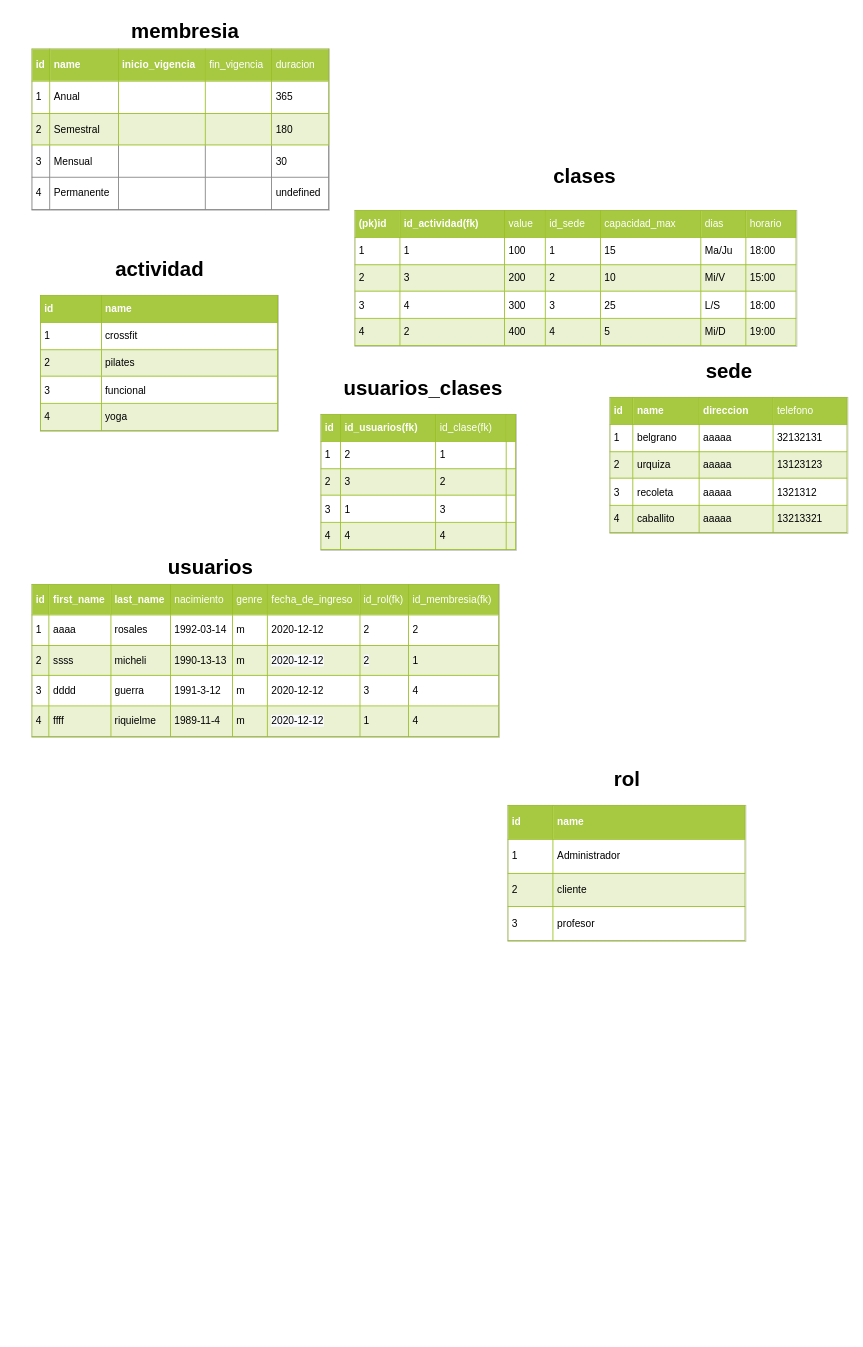
ilMonkey/grupo_5_degym keeps this draw.io diagram as docs/DB _design_da_gym.drawio. Above is the earlier version. Source tidied: cells renumbered, new cells numbered last; positions are measured from the earlier drawing's top-left corner, leaving out a move shared by most shapes. Both pictures are drawn from the tidied source at 85%, with x=0, y=0 at pixel (31, 14).
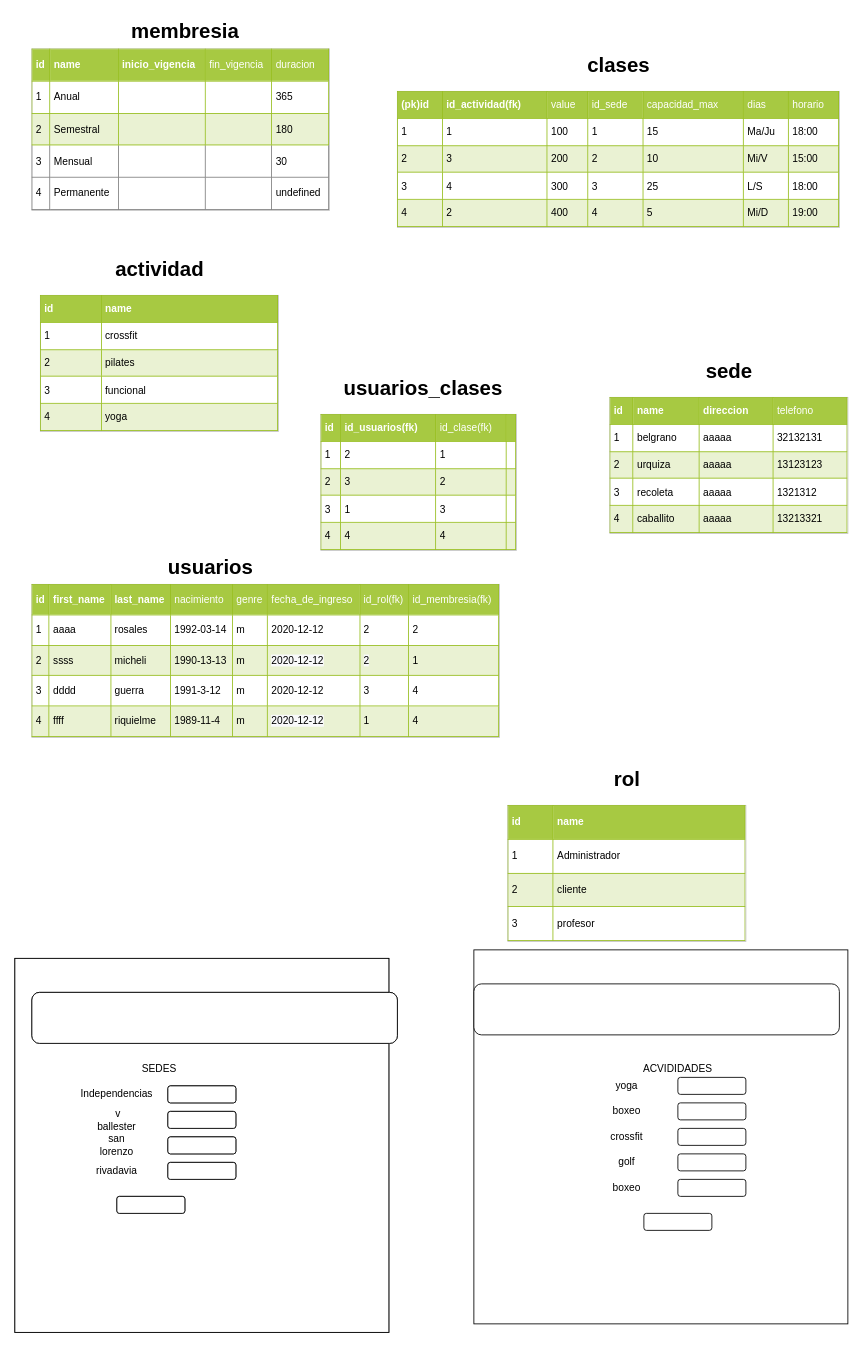
The same diagram, later.

Diff of the diagram source:
```diff
@@
+    <mxCell id="16" style="whiteSpace=wrap;html=1;" parent="1" vertex="1">
+      <mxGeometry x="-20" y="1110" width="440" height="440" as="geometry" />
+    </mxCell>
+    <mxCell id="17" style="whiteSpace=wrap;html=1;" parent="1" vertex="1">
+      <mxGeometry x="520" y="1100" width="440" height="440" as="geometry" />
+    </mxCell>
@@
     <mxCell id="6" value="&lt;table border=&quot;1&quot; width=&quot;100%&quot; cellpadding=&quot;4&quot; style=&quot;width: 100% ; height: 100% ; border-collapse: collapse&quot;&gt;&lt;tbody&gt;&lt;tr style=&quot;background-color: #a7c942 ; color: #ffffff ; border: 1px solid #98bf21&quot;&gt;&lt;th align=&quot;left&quot;&gt;(pk)id&lt;/th&gt;&lt;th align=&quot;left&quot;&gt;id_actividad(fk)&lt;/th&gt;&lt;td&gt;value&lt;/td&gt;&lt;td&gt;id_sede&lt;/td&gt;&lt;td&gt;capacidad_max&lt;/td&gt;&lt;td&gt;dias&lt;/td&gt;&lt;td&gt;horario&lt;/td&gt;&lt;/tr&gt;&lt;tr style=&quot;border: 1px solid #98bf21&quot;&gt;&lt;td&gt;1&lt;/td&gt;&lt;td&gt;1&lt;/td&gt;&lt;td&gt;100&lt;/td&gt;&lt;td&gt;1&lt;/td&gt;&lt;td&gt;15&lt;/td&gt;&lt;td&gt;Ma/Ju&lt;/td&gt;&lt;td&gt;18:00&lt;/td&gt;&lt;/tr&gt;&lt;tr style=&quot;background-color: #eaf2d3 ; border: 1px solid #98bf21&quot;&gt;&lt;td&gt;2&lt;/td&gt;&lt;td&gt;3&lt;/td&gt;&lt;td&gt;200&lt;/td&gt;&lt;td&gt;2&lt;/td&gt;&lt;td&gt;10&lt;/td&gt;&lt;td&gt;Mi/V&lt;/td&gt;&lt;td&gt;15:00&lt;/td&gt;&lt;/tr&gt;&lt;tr style=&quot;border: 1px solid #98bf21&quot;&gt;&lt;td&gt;3&lt;/td&gt;&lt;td&gt;4&lt;/td&gt;&lt;td&gt;300&lt;/td&gt;&lt;td&gt;3&lt;/td&gt;&lt;td&gt;25&lt;/td&gt;&lt;td&gt;L/S&lt;/td&gt;&lt;td&gt;18:00&lt;/td&gt;&lt;/tr&gt;&lt;tr style=&quot;background-color: #eaf2d3 ; border: 1px solid #98bf21&quot;&gt;&lt;td&gt;4&lt;/td&gt;&lt;td&gt;2&lt;/td&gt;&lt;td&gt;400&lt;/td&gt;&lt;td&gt;4&lt;/td&gt;&lt;td&gt;5&lt;/td&gt;&lt;td&gt;Mi/D&lt;/td&gt;&lt;td&gt;19:00&lt;/td&gt;&lt;/tr&gt;&lt;/tbody&gt;&lt;/table&gt;" style="text;html=1;strokeColor=#c0c0c0;fillColor=#ffffff;overflow=fill;rounded=0;" parent="1" vertex="1">
-      <mxGeometry x="380" y="230" width="520" height="160" as="geometry" />
+      <mxGeometry x="430" y="90" width="520" height="160" as="geometry" />
     </mxCell>
     <mxCell id="7" value="clases" style="text;strokeColor=none;fillColor=none;html=1;fontSize=24;fontStyle=1;verticalAlign=middle;align=center;" parent="1" vertex="1">
-      <mxGeometry x="530" y="170" width="240" height="40" as="geometry" />
+      <mxGeometry x="570" y="40" width="240" height="40" as="geometry" />
     </mxCell>
@@
+    <mxCell id="18" style="whiteSpace=wrap;html=1;" parent="1" vertex="1">
+      <mxGeometry x="-20" y="1110" width="440" height="440" as="geometry" />
+    </mxCell>
+    <mxCell id="19" style="rounded=1;whiteSpace=wrap;html=1;" parent="1" vertex="1">
+      <mxGeometry y="1150" width="430" height="60" as="geometry" />
+    </mxCell>
+    <mxCell id="20" value="Independencias" style="text;html=1;strokeColor=none;fillColor=none;align=center;verticalAlign=middle;whiteSpace=wrap;rounded=0;" parent="1" vertex="1">
+      <mxGeometry x="80" y="1260" width="40" height="20" as="geometry" />
+    </mxCell>
+    <mxCell id="21" value="&amp;nbsp;v ballester" style="text;html=1;strokeColor=none;fillColor=none;align=center;verticalAlign=middle;whiteSpace=wrap;rounded=0;" parent="1" vertex="1">
+      <mxGeometry x="80" y="1290" width="40" height="20" as="geometry" />
+    </mxCell>
+    <mxCell id="22" value="san lorenzo" style="text;html=1;strokeColor=none;fillColor=none;align=center;verticalAlign=middle;whiteSpace=wrap;rounded=0;" parent="1" vertex="1">
+      <mxGeometry x="80" y="1320" width="40" height="20" as="geometry" />
+    </mxCell>
+    <mxCell id="23" value="rivadavia" style="text;html=1;strokeColor=none;fillColor=none;align=center;verticalAlign=middle;whiteSpace=wrap;rounded=0;" parent="1" vertex="1">
+      <mxGeometry x="80" y="1350" width="40" height="20" as="geometry" />
+    </mxCell>
+    <mxCell id="24" style="rounded=1;whiteSpace=wrap;html=1;" parent="1" vertex="1">
+      <mxGeometry x="160" y="1260" width="80" height="20" as="geometry" />
+    </mxCell>
+    <mxCell id="25" style="rounded=1;whiteSpace=wrap;html=1;" parent="1" vertex="1">
+      <mxGeometry x="160" y="1290" width="80" height="20" as="geometry" />
+    </mxCell>
+    <mxCell id="26" style="rounded=1;whiteSpace=wrap;html=1;" parent="1" vertex="1">
+      <mxGeometry x="160" y="1320" width="80" height="20" as="geometry" />
+    </mxCell>
+    <mxCell id="27" style="rounded=1;whiteSpace=wrap;html=1;" parent="1" vertex="1">
+      <mxGeometry x="160" y="1350" width="80" height="20" as="geometry" />
+    </mxCell>
+    <mxCell id="28" style="rounded=1;whiteSpace=wrap;html=1;rotation=0;" parent="1" vertex="1">
+      <mxGeometry x="100" y="1390" width="80" height="20" as="geometry" />
+    </mxCell>
+    <mxCell id="29" value="SEDES" style="text;html=1;strokeColor=none;fillColor=none;align=center;verticalAlign=middle;whiteSpace=wrap;rounded=0;" parent="1" vertex="1">
+      <mxGeometry x="130" y="1230" width="40" height="20" as="geometry" />
+    </mxCell>
+    <mxCell id="30" value="ACVIDIDADES" style="text;html=1;strokeColor=none;fillColor=none;align=center;verticalAlign=middle;whiteSpace=wrap;rounded=0;" parent="1" vertex="1">
+      <mxGeometry x="740" y="1230" width="40" height="20" as="geometry" />
+    </mxCell>
+    <mxCell id="31" style="edgeStyle=orthogonalEdgeStyle;rounded=0;orthogonalLoop=1;jettySize=auto;html=1;exitX=0.5;exitY=1;exitDx=0;exitDy=0;" parent="1" edge="1" source="30" target="30">
+      <mxGeometry relative="1" as="geometry" />
+    </mxCell>
+    <mxCell id="32" style="rounded=1;whiteSpace=wrap;html=1;" parent="1" vertex="1">
+      <mxGeometry x="160" y="1260" width="80" height="20" as="geometry" />
+    </mxCell>
+    <mxCell id="33" style="rounded=1;whiteSpace=wrap;html=1;" parent="1" vertex="1">
+      <mxGeometry x="160" y="1290" width="80" height="20" as="geometry" />
+    </mxCell>
+    <mxCell id="34" style="rounded=1;whiteSpace=wrap;html=1;" parent="1" vertex="1">
+      <mxGeometry x="160" y="1320" width="80" height="20" as="geometry" />
+    </mxCell>
+    <mxCell id="35" style="rounded=1;whiteSpace=wrap;html=1;" parent="1" vertex="1">
+      <mxGeometry x="160" y="1350" width="80" height="20" as="geometry" />
+    </mxCell>
+    <mxCell id="36" style="rounded=1;whiteSpace=wrap;html=1;rotation=0;" parent="1" vertex="1">
+      <mxGeometry x="100" y="1390" width="80" height="20" as="geometry" />
+    </mxCell>
+    <mxCell id="37" value="yoga" style="text;html=1;strokeColor=none;fillColor=none;align=center;verticalAlign=middle;whiteSpace=wrap;rounded=0;" parent="1" vertex="1">
+      <mxGeometry x="680" y="1250" width="40" height="20" as="geometry" />
+    </mxCell>
+    <mxCell id="38" value="boxeo" style="text;html=1;strokeColor=none;fillColor=none;align=center;verticalAlign=middle;whiteSpace=wrap;rounded=0;" parent="1" vertex="1">
+      <mxGeometry x="680" y="1370" width="40" height="20" as="geometry" />
+    </mxCell>
+    <mxCell id="39" value="crossfit" style="text;html=1;strokeColor=none;fillColor=none;align=center;verticalAlign=middle;whiteSpace=wrap;rounded=0;" parent="1" vertex="1">
+      <mxGeometry x="680" y="1310" width="40" height="20" as="geometry" />
+    </mxCell>
+    <mxCell id="40" value="golf" style="text;html=1;strokeColor=none;fillColor=none;align=center;verticalAlign=middle;whiteSpace=wrap;rounded=0;" parent="1" vertex="1">
+      <mxGeometry x="680" y="1340" width="40" height="20" as="geometry" />
+    </mxCell>
+    <mxCell id="41" style="rounded=1;whiteSpace=wrap;html=1;" parent="1" vertex="1">
+      <mxGeometry x="760" y="1250" width="80" height="20" as="geometry" />
+    </mxCell>
+    <mxCell id="42" style="rounded=1;whiteSpace=wrap;html=1;" parent="1" vertex="1">
+      <mxGeometry x="760" y="1280" width="80" height="20" as="geometry" />
+    </mxCell>
+    <mxCell id="43" style="rounded=1;whiteSpace=wrap;html=1;" parent="1" vertex="1">
+      <mxGeometry x="760" y="1310" width="80" height="20" as="geometry" />
+    </mxCell>
+    <mxCell id="44" style="rounded=1;whiteSpace=wrap;html=1;" parent="1" vertex="1">
+      <mxGeometry x="760" y="1340" width="80" height="20" as="geometry" />
+    </mxCell>
+    <mxCell id="45" style="rounded=1;whiteSpace=wrap;html=1;rotation=0;" parent="1" vertex="1">
+      <mxGeometry x="720" y="1410" width="80" height="20" as="geometry" />
+    </mxCell>
+    <mxCell id="46" value="boxeo" style="text;html=1;strokeColor=none;fillColor=none;align=center;verticalAlign=middle;whiteSpace=wrap;rounded=0;" parent="1" vertex="1">
+      <mxGeometry x="680" y="1280" width="40" height="20" as="geometry" />
+    </mxCell>
+    <mxCell id="47" style="rounded=1;whiteSpace=wrap;html=1;" parent="1" vertex="1">
+      <mxGeometry y="1150" width="430" height="60" as="geometry" />
+    </mxCell>
+    <mxCell id="48" style="rounded=1;whiteSpace=wrap;html=1;" parent="1" vertex="1">
+      <mxGeometry x="520" y="1140" width="430" height="60" as="geometry" />
+    </mxCell>
+    <mxCell id="49" style="rounded=1;whiteSpace=wrap;html=1;" parent="1" vertex="1">
+      <mxGeometry x="760" y="1370" width="80" height="20" as="geometry" />
+    </mxCell>
```
